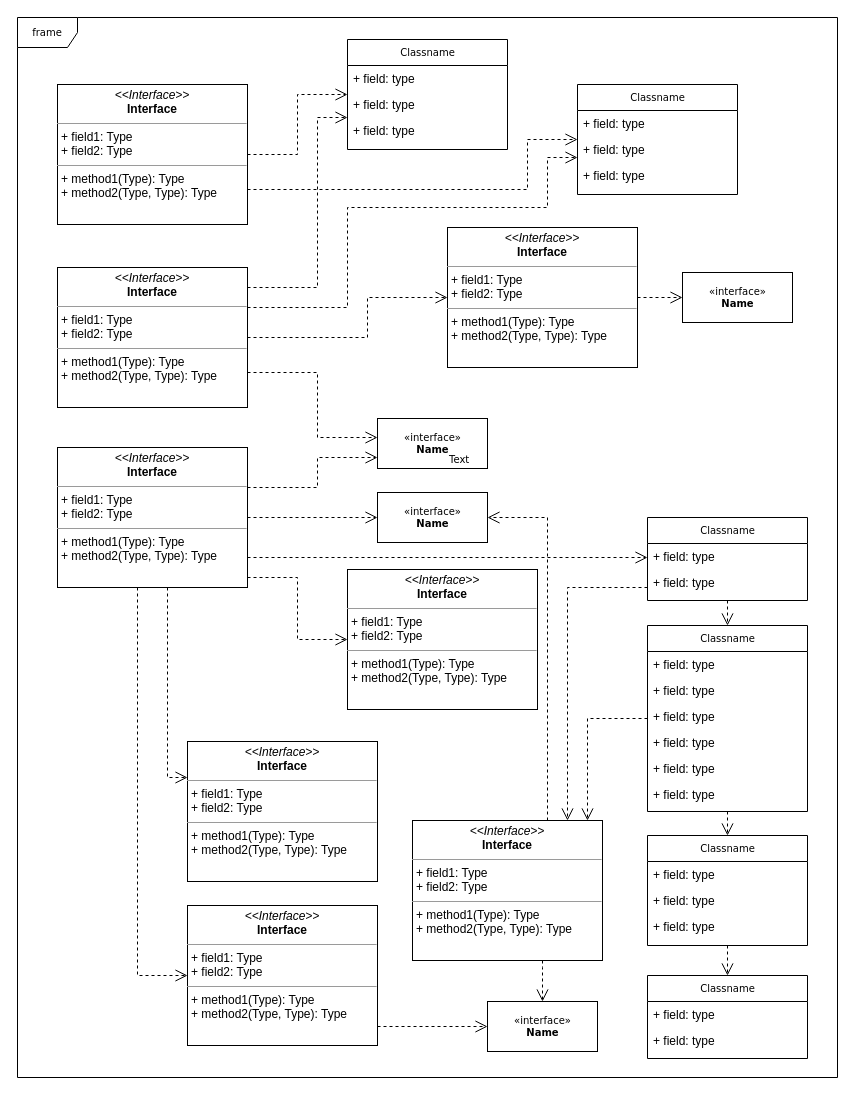
Earlier version of the draw.io diagram Untitled Diagram.drawio (lorenzo381/ATdIT-Gruppe_3). Source tidied: cells renumbered, new cells numbered last; positions are measured from the earlier drawing's top-left corner, leaving out a move shared by most shapes. Both pictures are drawn from the tidied source at 100%, with x=0, y=0 at pixel (17, 17).
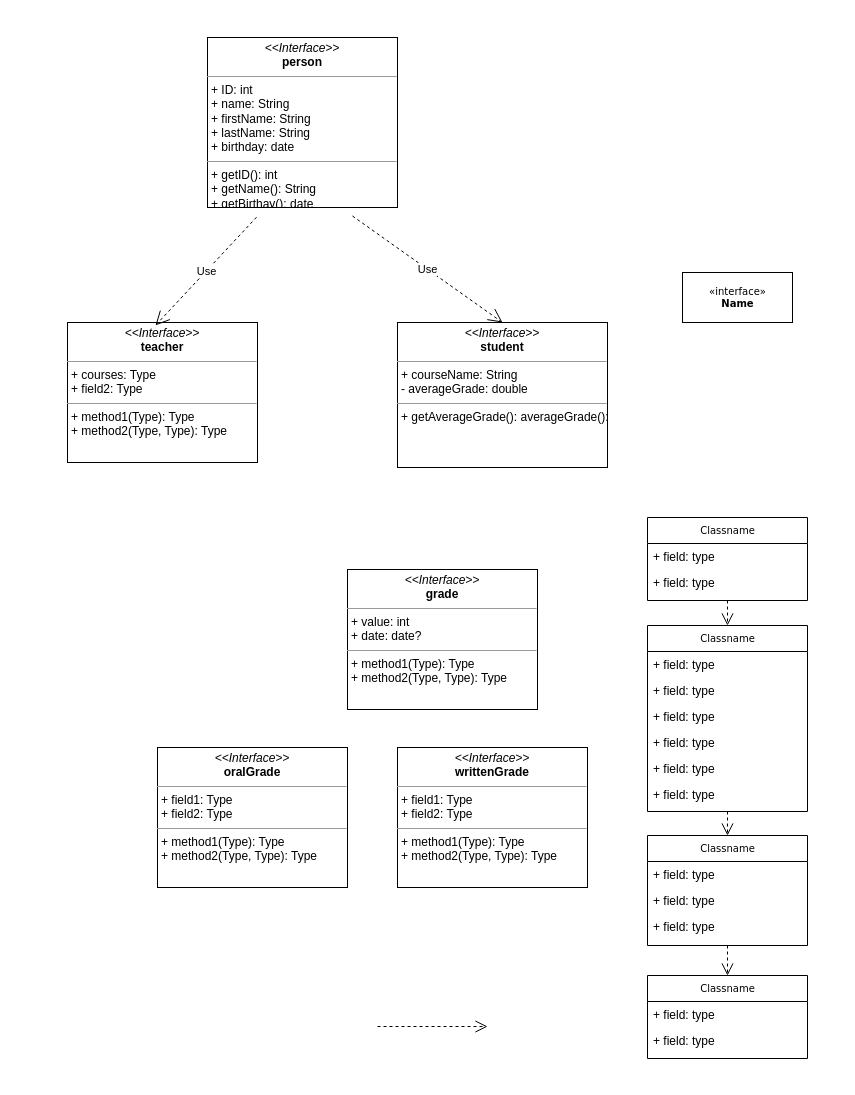
Above is the later version.

The change refers to these unchanged cells:
```xml
<mxCell id="5" value="Classname" style="swimlane;html=1;fontStyle=0;horizontal=1;startSize=26;fillColor=none;swimlaneFillColor=#ffffff;rounded=0;shadow=0;comic=0;labelBackgroundColor=none;strokeWidth=1;fontFamily=Verdana;fontSize=10;align=center;" parent="1" vertex="1">
  <mxGeometry x="630" y="608" width="160" height="186" as="geometry" />
</mxCell>
<mxCell id="29" value="Classname" style="swimlane;html=1;fontStyle=0;horizontal=1;startSize=26;fillColor=none;swimlaneFillColor=#ffffff;rounded=0;shadow=0;comic=0;labelBackgroundColor=none;strokeWidth=1;fontFamily=Verdana;fontSize=10;align=center;" parent="1" vertex="1">
  <mxGeometry x="630" y="500" width="160" height="83" as="geometry" />
</mxCell>
<mxCell id="45" value="&amp;laquo;interface&amp;raquo;&lt;br&gt;&lt;b&gt;Name&lt;/b&gt;" style="html=1;rounded=0;shadow=0;comic=0;labelBackgroundColor=none;strokeWidth=1;fontFamily=Verdana;fontSize=10;align=center;" parent="1" vertex="1">
  <mxGeometry x="665" y="255" width="110" height="50" as="geometry" />
</mxCell>
```

The edit, as a diff of the source:
```diff
@@
-    <mxCell id="2" value="frame" style="shape=umlFrame;whiteSpace=wrap;html=1;rounded=0;shadow=0;comic=0;labelBackgroundColor=none;strokeWidth=1;fontFamily=Verdana;fontSize=10;align=center;" parent="1" vertex="1">
-      <mxGeometry width="820" height="1060" as="geometry" />
-    </mxCell>
-    <mxCell id="3" style="edgeStyle=orthogonalEdgeStyle;rounded=0;html=1;dashed=1;labelBackgroundColor=none;startFill=0;endArrow=open;endFill=0;endSize=10;fontFamily=Verdana;fontSize=10;" parent="1" edge="1" source="5" target="35">
-      <mxGeometry relative="1" as="geometry">
-        <Array as="points">
-          <mxPoint x="570" y="701" />
-        </Array>
-      </mxGeometry>
-    </mxCell>
@@
-    <mxCell id="12" value="Classname" style="swimlane;html=1;fontStyle=0;horizontal=1;startSize=26;fillColor=none;swimlaneFillColor=#ffffff;rounded=0;shadow=0;comic=0;labelBackgroundColor=none;strokeWidth=1;fontFamily=Verdana;fontSize=10;align=center;" parent="1" vertex="1">
-      <mxGeometry x="330" y="22" width="160" height="110" as="geometry" />
-    </mxCell>
-    <mxCell id="13" value="+ field: type" style="text;html=1;strokeColor=none;fillColor=none;align=left;verticalAlign=top;spacingLeft=4;spacingRight=4;whiteSpace=wrap;overflow=hidden;" parent="12" vertex="1">
-      <mxGeometry y="26" width="160" height="26" as="geometry" />
-    </mxCell>
-    <mxCell id="14" value="+ field: type" style="text;html=1;strokeColor=none;fillColor=none;align=left;verticalAlign=top;spacingLeft=4;spacingRight=4;whiteSpace=wrap;overflow=hidden;" parent="12" vertex="1">
-      <mxGeometry y="52" width="160" height="26" as="geometry" />
-    </mxCell>
-    <mxCell id="15" value="+ field: type" style="text;html=1;strokeColor=none;fillColor=none;align=left;verticalAlign=top;spacingLeft=4;spacingRight=4;whiteSpace=wrap;overflow=hidden;" parent="12" vertex="1">
-      <mxGeometry y="78" width="160" height="26" as="geometry" />
-    </mxCell>
-    <mxCell id="16" value="Classname" style="swimlane;html=1;fontStyle=0;horizontal=1;startSize=26;fillColor=none;swimlaneFillColor=#ffffff;rounded=0;shadow=0;comic=0;labelBackgroundColor=none;strokeWidth=1;fontFamily=Verdana;fontSize=10;align=center;" parent="1" vertex="1">
-      <mxGeometry x="560" y="67" width="160" height="110" as="geometry" />
-    </mxCell>
-    <mxCell id="17" value="+ field: type" style="text;html=1;strokeColor=none;fillColor=none;align=left;verticalAlign=top;spacingLeft=4;spacingRight=4;whiteSpace=wrap;overflow=hidden;" parent="16" vertex="1">
-      <mxGeometry y="26" width="160" height="26" as="geometry" />
-    </mxCell>
-    <mxCell id="18" value="+ field: type" style="text;html=1;strokeColor=none;fillColor=none;align=left;verticalAlign=top;spacingLeft=4;spacingRight=4;whiteSpace=wrap;overflow=hidden;" parent="16" vertex="1">
-      <mxGeometry y="52" width="160" height="26" as="geometry" />
-    </mxCell>
-    <mxCell id="19" value="+ field: type" style="text;html=1;strokeColor=none;fillColor=none;align=left;verticalAlign=top;spacingLeft=4;spacingRight=4;whiteSpace=wrap;overflow=hidden;" parent="16" vertex="1">
-      <mxGeometry y="78" width="160" height="26" as="geometry" />
-    </mxCell>
@@
-    <mxCell id="32" value="&amp;laquo;interface&amp;raquo;&lt;br&gt;&lt;b&gt;Name&lt;/b&gt;" style="html=1;rounded=0;shadow=0;comic=0;labelBackgroundColor=none;strokeWidth=1;fontFamily=Verdana;fontSize=10;align=center;" parent="1" vertex="1">
-      <mxGeometry x="470" y="984" width="110" height="50" as="geometry" />
-    </mxCell>
-    <mxCell id="33" style="edgeStyle=orthogonalEdgeStyle;rounded=0;html=1;dashed=1;labelBackgroundColor=none;startFill=0;endArrow=open;endFill=0;endSize=10;fontFamily=Verdana;fontSize=10;" parent="1" edge="1" source="35" target="32">
-      <mxGeometry relative="1" as="geometry">
-        <Array as="points">
-          <mxPoint x="525" y="950" />
-          <mxPoint x="525" y="950" />
-        </Array>
-      </mxGeometry>
-    </mxCell>
-    <mxCell id="34" style="edgeStyle=orthogonalEdgeStyle;rounded=0;html=1;dashed=1;labelBackgroundColor=none;startFill=0;endArrow=open;endFill=0;endSize=10;fontFamily=Verdana;fontSize=10;" parent="1" edge="1" source="35" target="40">
-      <mxGeometry relative="1" as="geometry">
-        <Array as="points">
-          <mxPoint x="530" y="500" />
-        </Array>
-      </mxGeometry>
-    </mxCell>
-    <mxCell id="35" value="&lt;p style=&quot;margin:0px;margin-top:4px;text-align:center;&quot;&gt;&lt;i&gt;&amp;lt;&amp;lt;Interface&amp;gt;&amp;gt;&lt;/i&gt;&lt;br/&gt;&lt;b&gt;Interface&lt;/b&gt;&lt;/p&gt;&lt;hr size=&quot;1&quot;/&gt;&lt;p style=&quot;margin:0px;margin-left:4px;&quot;&gt;+ field1: Type&lt;br/&gt;+ field2: Type&lt;/p&gt;&lt;hr size=&quot;1&quot;/&gt;&lt;p style=&quot;margin:0px;margin-left:4px;&quot;&gt;+ method1(Type): Type&lt;br/&gt;+ method2(Type, Type): Type&lt;/p&gt;" style="verticalAlign=top;align=left;overflow=fill;fontSize=12;fontFamily=Helvetica;html=1;rounded=0;shadow=0;comic=0;labelBackgroundColor=none;strokeWidth=1;" parent="1" vertex="1">
-      <mxGeometry x="395" y="803" width="190" height="140" as="geometry" />
+    <mxCell id="35" value="&lt;p style=&quot;margin: 0px ; margin-top: 4px ; text-align: center&quot;&gt;&lt;i&gt;&amp;lt;&amp;lt;Interface&amp;gt;&amp;gt;&lt;/i&gt;&lt;br&gt;&lt;b&gt;writtenGrade&lt;/b&gt;&lt;/p&gt;&lt;hr size=&quot;1&quot;&gt;&lt;p style=&quot;margin: 0px ; margin-left: 4px&quot;&gt;+ field1: Type&lt;br&gt;+ field2: Type&lt;/p&gt;&lt;hr size=&quot;1&quot;&gt;&lt;p style=&quot;margin: 0px ; margin-left: 4px&quot;&gt;+ method1(Type): Type&lt;br&gt;+ method2(Type, Type): Type&lt;/p&gt;" style="verticalAlign=top;align=left;overflow=fill;fontSize=12;fontFamily=Helvetica;html=1;rounded=0;shadow=0;comic=0;labelBackgroundColor=none;strokeWidth=1;" parent="1" vertex="1">
+      <mxGeometry x="380" y="730" width="190" height="140" as="geometry" />
     </mxCell>
-    <mxCell id="36" value="&lt;p style=&quot;margin:0px;margin-top:4px;text-align:center;&quot;&gt;&lt;i&gt;&amp;lt;&amp;lt;Interface&amp;gt;&amp;gt;&lt;/i&gt;&lt;br/&gt;&lt;b&gt;Interface&lt;/b&gt;&lt;/p&gt;&lt;hr size=&quot;1&quot;/&gt;&lt;p style=&quot;margin:0px;margin-left:4px;&quot;&gt;+ field1: Type&lt;br/&gt;+ field2: Type&lt;/p&gt;&lt;hr size=&quot;1&quot;/&gt;&lt;p style=&quot;margin:0px;margin-left:4px;&quot;&gt;+ method1(Type): Type&lt;br/&gt;+ method2(Type, Type): Type&lt;/p&gt;" style="verticalAlign=top;align=left;overflow=fill;fontSize=12;fontFamily=Helvetica;html=1;rounded=0;shadow=0;comic=0;labelBackgroundColor=none;strokeWidth=1;" parent="1" vertex="1">
+    <mxCell id="36" value="&lt;p style=&quot;margin: 0px ; margin-top: 4px ; text-align: center&quot;&gt;&lt;i&gt;&amp;lt;&amp;lt;Interface&amp;gt;&amp;gt;&lt;/i&gt;&lt;br&gt;&lt;b&gt;grade&lt;/b&gt;&lt;/p&gt;&lt;hr size=&quot;1&quot;&gt;&lt;p style=&quot;margin: 0px ; margin-left: 4px&quot;&gt;+ value: int&lt;br&gt;+ date: date?&lt;/p&gt;&lt;hr size=&quot;1&quot;&gt;&lt;p style=&quot;margin: 0px ; margin-left: 4px&quot;&gt;+ method1(Type): Type&lt;br&gt;+ method2(Type, Type): Type&lt;/p&gt;" style="verticalAlign=top;align=left;overflow=fill;fontSize=12;fontFamily=Helvetica;html=1;rounded=0;shadow=0;comic=0;labelBackgroundColor=none;strokeWidth=1;" parent="1" vertex="1">
       <mxGeometry x="330" y="552" width="190" height="140" as="geometry" />
     </mxCell>
-    <mxCell id="37" style="edgeStyle=orthogonalEdgeStyle;rounded=0;html=1;dashed=1;labelBackgroundColor=none;startFill=0;endArrow=open;endFill=0;endSize=10;fontFamily=Verdana;fontSize=10;" parent="1" edge="1" source="38" target="32">
+    <mxCell id="37" style="edgeStyle=orthogonalEdgeStyle;rounded=0;html=1;dashed=1;labelBackgroundColor=none;startFill=0;endArrow=open;endFill=0;endSize=10;fontFamily=Verdana;fontSize=10;" parent="1" edge="1">
       <mxGeometry relative="1" as="geometry">
+        <mxPoint x="360" y="1009" as="sourcePoint" />
+        <mxPoint x="470" y="1009" as="targetPoint" />
         <Array as="points">
           <mxPoint x="390" y="1009" />
           <mxPoint x="390" y="1009" />
         </Array>
       </mxGeometry>
     </mxCell>
-    <mxCell id="38" value="&lt;p style=&quot;margin:0px;margin-top:4px;text-align:center;&quot;&gt;&lt;i&gt;&amp;lt;&amp;lt;Interface&amp;gt;&amp;gt;&lt;/i&gt;&lt;br/&gt;&lt;b&gt;Interface&lt;/b&gt;&lt;/p&gt;&lt;hr size=&quot;1&quot;/&gt;&lt;p style=&quot;margin:0px;margin-left:4px;&quot;&gt;+ field1: Type&lt;br/&gt;+ field2: Type&lt;/p&gt;&lt;hr size=&quot;1&quot;/&gt;&lt;p style=&quot;margin:0px;margin-left:4px;&quot;&gt;+ method1(Type): Type&lt;br/&gt;+ method2(Type, Type): Type&lt;/p&gt;" style="verticalAlign=top;align=left;overflow=fill;fontSize=12;fontFamily=Helvetica;html=1;rounded=0;shadow=0;comic=0;labelBackgroundColor=none;strokeWidth=1;" parent="1" vertex="1">
-      <mxGeometry x="170" y="888" width="190" height="140" as="geometry" />
-    </mxCell>
-    <mxCell id="39" value="&lt;p style=&quot;margin:0px;margin-top:4px;text-align:center;&quot;&gt;&lt;i&gt;&amp;lt;&amp;lt;Interface&amp;gt;&amp;gt;&lt;/i&gt;&lt;br/&gt;&lt;b&gt;Interface&lt;/b&gt;&lt;/p&gt;&lt;hr size=&quot;1&quot;/&gt;&lt;p style=&quot;margin:0px;margin-left:4px;&quot;&gt;+ field1: Type&lt;br/&gt;+ field2: Type&lt;/p&gt;&lt;hr size=&quot;1&quot;/&gt;&lt;p style=&quot;margin:0px;margin-left:4px;&quot;&gt;+ method1(Type): Type&lt;br/&gt;+ method2(Type, Type): Type&lt;/p&gt;" style="verticalAlign=top;align=left;overflow=fill;fontSize=12;fontFamily=Helvetica;html=1;rounded=0;shadow=0;comic=0;labelBackgroundColor=none;strokeWidth=1;" parent="1" vertex="1">
-      <mxGeometry x="170" y="724" width="190" height="140" as="geometry" />
-    </mxCell>
-    <mxCell id="40" value="&amp;laquo;interface&amp;raquo;&lt;br&gt;&lt;b&gt;Name&lt;/b&gt;" style="html=1;rounded=0;shadow=0;comic=0;labelBackgroundColor=none;strokeWidth=1;fontFamily=Verdana;fontSize=10;align=center;" parent="1" vertex="1">
-      <mxGeometry x="360" y="475" width="110" height="50" as="geometry" />
-    </mxCell>
-    <mxCell id="41" value="&amp;laquo;interface&amp;raquo;&lt;br&gt;&lt;b&gt;Name&lt;/b&gt;" style="html=1;rounded=0;shadow=0;comic=0;labelBackgroundColor=none;strokeWidth=1;fontFamily=Verdana;fontSize=10;align=center;" parent="1" vertex="1">
-      <mxGeometry x="360" y="401" width="110" height="50" as="geometry" />
-    </mxCell>
-    <mxCell id="42" style="edgeStyle=orthogonalEdgeStyle;rounded=0;html=1;dashed=1;labelBackgroundColor=none;startFill=0;endArrow=open;endFill=0;endSize=10;fontFamily=Verdana;fontSize=10;" parent="1" edge="1" source="43" target="45">
-      <mxGeometry relative="1" as="geometry" />
-    </mxCell>
-    <mxCell id="43" value="&lt;p style=&quot;margin:0px;margin-top:4px;text-align:center;&quot;&gt;&lt;i&gt;&amp;lt;&amp;lt;Interface&amp;gt;&amp;gt;&lt;/i&gt;&lt;br/&gt;&lt;b&gt;Interface&lt;/b&gt;&lt;/p&gt;&lt;hr size=&quot;1&quot;/&gt;&lt;p style=&quot;margin:0px;margin-left:4px;&quot;&gt;+ field1: Type&lt;br/&gt;+ field2: Type&lt;/p&gt;&lt;hr size=&quot;1&quot;/&gt;&lt;p style=&quot;margin:0px;margin-left:4px;&quot;&gt;+ method1(Type): Type&lt;br/&gt;+ method2(Type, Type): Type&lt;/p&gt;" style="verticalAlign=top;align=left;overflow=fill;fontSize=12;fontFamily=Helvetica;html=1;rounded=0;shadow=0;comic=0;labelBackgroundColor=none;strokeWidth=1;" parent="1" vertex="1">
-      <mxGeometry x="430" y="210" width="190" height="140" as="geometry" />
+    <mxCell id="43" value="&lt;p style=&quot;margin: 0px ; margin-top: 4px ; text-align: center&quot;&gt;&lt;i&gt;&amp;lt;&amp;lt;Interface&amp;gt;&amp;gt;&lt;/i&gt;&lt;br&gt;&lt;b&gt;person&lt;/b&gt;&lt;/p&gt;&lt;hr size=&quot;1&quot;&gt;&lt;p style=&quot;margin: 0px ; margin-left: 4px&quot;&gt;+ ID: int&lt;br&gt;+ name: String&lt;/p&gt;&lt;p style=&quot;margin: 0px ; margin-left: 4px&quot;&gt;+ firstName: String&lt;/p&gt;&lt;p style=&quot;margin: 0px ; margin-left: 4px&quot;&gt;+ lastName: String&lt;br&gt;&lt;/p&gt;&lt;p style=&quot;margin: 0px ; margin-left: 4px&quot;&gt;+ birthday: date&lt;/p&gt;&lt;hr size=&quot;1&quot;&gt;&lt;p style=&quot;margin: 0px ; margin-left: 4px&quot;&gt;+ getID(): int&lt;br&gt;+ getName(): String&lt;/p&gt;&lt;p style=&quot;margin: 0px ; margin-left: 4px&quot;&gt;+ getBirthay(): date&lt;/p&gt;" style="verticalAlign=top;align=left;overflow=fill;fontSize=12;fontFamily=Helvetica;html=1;rounded=0;shadow=0;comic=0;labelBackgroundColor=none;strokeWidth=1;" parent="1" vertex="1">
+      <mxGeometry x="190" y="20" width="190" height="170" as="geometry" />
     </mxCell>
-    <mxCell id="44" value="Text" style="text;html=1;align=left;verticalAlign=top;spacingTop=-4;fontSize=10;fontFamily=Verdana;fontColor=#000000;" parent="1" vertex="1">
-      <mxGeometry x="430" y="434" width="40" height="10" as="geometry" />
-    </mxCell>
@@
-    <mxCell id="46" style="edgeStyle=orthogonalEdgeStyle;rounded=0;html=1;labelBackgroundColor=none;startFill=0;endArrow=open;endFill=0;endSize=10;fontFamily=Verdana;fontSize=10;dashed=1;" parent="1" edge="1" source="48" target="12">
-      <mxGeometry relative="1" as="geometry" />
-    </mxCell>
-    <mxCell id="47" style="edgeStyle=orthogonalEdgeStyle;rounded=0;html=1;exitX=1;exitY=0.75;dashed=1;labelBackgroundColor=none;startFill=0;endArrow=open;endFill=0;endSize=10;fontFamily=Verdana;fontSize=10;" parent="1" edge="1" source="48" target="16">
-      <mxGeometry relative="1" as="geometry">
-        <Array as="points">
-          <mxPoint x="510" y="172" />
-          <mxPoint x="510" y="122" />
-        </Array>
-      </mxGeometry>
-    </mxCell>
-    <mxCell id="48" value="&lt;p style=&quot;margin:0px;margin-top:4px;text-align:center;&quot;&gt;&lt;i&gt;&amp;lt;&amp;lt;Interface&amp;gt;&amp;gt;&lt;/i&gt;&lt;br/&gt;&lt;b&gt;Interface&lt;/b&gt;&lt;/p&gt;&lt;hr size=&quot;1&quot;/&gt;&lt;p style=&quot;margin:0px;margin-left:4px;&quot;&gt;+ field1: Type&lt;br/&gt;+ field2: Type&lt;/p&gt;&lt;hr size=&quot;1&quot;/&gt;&lt;p style=&quot;margin:0px;margin-left:4px;&quot;&gt;+ method1(Type): Type&lt;br/&gt;+ method2(Type, Type): Type&lt;/p&gt;" style="verticalAlign=top;align=left;overflow=fill;fontSize=12;fontFamily=Helvetica;html=1;rounded=0;shadow=0;comic=0;labelBackgroundColor=none;strokeWidth=1;" parent="1" vertex="1">
-      <mxGeometry x="40" y="67" width="190" height="140" as="geometry" />
-    </mxCell>
-    <mxCell id="49" style="edgeStyle=orthogonalEdgeStyle;rounded=0;html=1;dashed=1;labelBackgroundColor=none;startFill=0;endArrow=open;endFill=0;endSize=10;fontFamily=Verdana;fontSize=10;" parent="1" edge="1" source="53" target="12">
-      <mxGeometry relative="1" as="geometry">
-        <Array as="points">
-          <mxPoint x="300" y="270" />
-          <mxPoint x="300" y="100" />
-        </Array>
-      </mxGeometry>
-    </mxCell>
-    <mxCell id="50" style="edgeStyle=orthogonalEdgeStyle;rounded=0;html=1;dashed=1;labelBackgroundColor=none;startFill=0;endArrow=open;endFill=0;endSize=10;fontFamily=Verdana;fontSize=10;" parent="1" edge="1" source="53" target="16">
-      <mxGeometry relative="1" as="geometry">
-        <Array as="points">
-          <mxPoint x="330" y="290" />
-          <mxPoint x="330" y="190" />
-          <mxPoint x="530" y="190" />
-          <mxPoint x="530" y="140" />
-        </Array>
-      </mxGeometry>
-    </mxCell>
-    <mxCell id="51" style="edgeStyle=orthogonalEdgeStyle;rounded=0;html=1;dashed=1;labelBackgroundColor=none;startFill=0;endArrow=open;endFill=0;endSize=10;fontFamily=Verdana;fontSize=10;" parent="1" edge="1" source="53" target="43">
-      <mxGeometry relative="1" as="geometry">
-        <Array as="points">
-          <mxPoint x="350" y="320" />
-          <mxPoint x="350" y="280" />
-        </Array>
-      </mxGeometry>
-    </mxCell>
-    <mxCell id="52" style="edgeStyle=orthogonalEdgeStyle;rounded=0;html=1;exitX=1;exitY=0.75;dashed=1;labelBackgroundColor=none;startFill=0;endArrow=open;endFill=0;endSize=10;fontFamily=Verdana;fontSize=10;" parent="1" edge="1" source="53" target="41">
-      <mxGeometry relative="1" as="geometry">
-        <Array as="points">
-          <mxPoint x="300" y="355" />
-          <mxPoint x="300" y="420" />
-        </Array>
-      </mxGeometry>
-    </mxCell>
-    <mxCell id="53" value="&lt;p style=&quot;margin:0px;margin-top:4px;text-align:center;&quot;&gt;&lt;i&gt;&amp;lt;&amp;lt;Interface&amp;gt;&amp;gt;&lt;/i&gt;&lt;br/&gt;&lt;b&gt;Interface&lt;/b&gt;&lt;/p&gt;&lt;hr size=&quot;1&quot;/&gt;&lt;p style=&quot;margin:0px;margin-left:4px;&quot;&gt;+ field1: Type&lt;br/&gt;+ field2: Type&lt;/p&gt;&lt;hr size=&quot;1&quot;/&gt;&lt;p style=&quot;margin:0px;margin-left:4px;&quot;&gt;+ method1(Type): Type&lt;br/&gt;+ method2(Type, Type): Type&lt;/p&gt;" style="verticalAlign=top;align=left;overflow=fill;fontSize=12;fontFamily=Helvetica;html=1;rounded=0;shadow=0;comic=0;labelBackgroundColor=none;strokeWidth=1;" parent="1" vertex="1">
-      <mxGeometry x="40" y="250" width="190" height="140" as="geometry" />
+    <mxCell id="53" value="&lt;p style=&quot;margin: 0px ; margin-top: 4px ; text-align: center&quot;&gt;&lt;i&gt;&amp;lt;&amp;lt;Interface&amp;gt;&amp;gt;&lt;/i&gt;&lt;br&gt;&lt;b&gt;teacher&lt;/b&gt;&lt;/p&gt;&lt;hr size=&quot;1&quot;&gt;&lt;p style=&quot;margin: 0px ; margin-left: 4px&quot;&gt;+ courses: Type&lt;br&gt;+ field2: Type&lt;/p&gt;&lt;hr size=&quot;1&quot;&gt;&lt;p style=&quot;margin: 0px ; margin-left: 4px&quot;&gt;+ method1(Type): Type&lt;br&gt;+ method2(Type, Type): Type&lt;/p&gt;" style="verticalAlign=top;align=left;overflow=fill;fontSize=12;fontFamily=Helvetica;html=1;rounded=0;shadow=0;comic=0;labelBackgroundColor=none;strokeWidth=1;" parent="1" vertex="1">
+      <mxGeometry x="50" y="305" width="190" height="140" as="geometry" />
     </mxCell>
-    <mxCell id="54" style="edgeStyle=orthogonalEdgeStyle;rounded=0;html=1;dashed=1;labelBackgroundColor=none;startFill=0;endArrow=open;endFill=0;endSize=10;fontFamily=Verdana;fontSize=10;" parent="1" edge="1" source="60" target="41">
-      <mxGeometry relative="1" as="geometry">
-        <Array as="points">
-          <mxPoint x="300" y="470" />
-          <mxPoint x="300" y="440" />
-        </Array>
-      </mxGeometry>
-    </mxCell>
-    <mxCell id="55" style="edgeStyle=orthogonalEdgeStyle;rounded=0;html=1;dashed=1;labelBackgroundColor=none;startFill=0;endArrow=open;endFill=0;endSize=10;fontFamily=Verdana;fontSize=10;" parent="1" edge="1" source="60" target="40">
-      <mxGeometry relative="1" as="geometry" />
-    </mxCell>
-    <mxCell id="56" style="edgeStyle=orthogonalEdgeStyle;rounded=0;html=1;dashed=1;labelBackgroundColor=none;startFill=0;endArrow=open;endFill=0;endSize=10;fontFamily=Verdana;fontSize=10;" parent="1" edge="1" source="60" target="36">
-      <mxGeometry relative="1" as="geometry">
-        <Array as="points">
-          <mxPoint x="280" y="560" />
-          <mxPoint x="280" y="622" />
-        </Array>
-      </mxGeometry>
-    </mxCell>
-    <mxCell id="57" style="edgeStyle=orthogonalEdgeStyle;rounded=0;html=1;dashed=1;labelBackgroundColor=none;startFill=0;endArrow=open;endFill=0;endSize=10;fontFamily=Verdana;fontSize=10;" parent="1" edge="1" source="60" target="29">
-      <mxGeometry relative="1" as="geometry">
-        <Array as="points">
-          <mxPoint x="330" y="540" />
-          <mxPoint x="330" y="540" />
-        </Array>
-      </mxGeometry>
-    </mxCell>
-    <mxCell id="58" style="edgeStyle=orthogonalEdgeStyle;rounded=0;html=1;dashed=1;labelBackgroundColor=none;startFill=0;endArrow=open;endFill=0;endSize=10;fontFamily=Verdana;fontSize=10;" parent="1" edge="1" source="60" target="39">
-      <mxGeometry relative="1" as="geometry">
-        <Array as="points">
-          <mxPoint x="150" y="760" />
-        </Array>
-      </mxGeometry>
-    </mxCell>
-    <mxCell id="59" style="edgeStyle=orthogonalEdgeStyle;rounded=0;html=1;dashed=1;labelBackgroundColor=none;startFill=0;endArrow=open;endFill=0;endSize=10;fontFamily=Verdana;fontSize=10;" parent="1" edge="1" source="60" target="38">
-      <mxGeometry relative="1" as="geometry">
-        <Array as="points">
-          <mxPoint x="120" y="958" />
-        </Array>
-      </mxGeometry>
-    </mxCell>
-    <mxCell id="60" value="&lt;p style=&quot;margin:0px;margin-top:4px;text-align:center;&quot;&gt;&lt;i&gt;&amp;lt;&amp;lt;Interface&amp;gt;&amp;gt;&lt;/i&gt;&lt;br/&gt;&lt;b&gt;Interface&lt;/b&gt;&lt;/p&gt;&lt;hr size=&quot;1&quot;/&gt;&lt;p style=&quot;margin:0px;margin-left:4px;&quot;&gt;+ field1: Type&lt;br/&gt;+ field2: Type&lt;/p&gt;&lt;hr size=&quot;1&quot;/&gt;&lt;p style=&quot;margin:0px;margin-left:4px;&quot;&gt;+ method1(Type): Type&lt;br/&gt;+ method2(Type, Type): Type&lt;/p&gt;" style="verticalAlign=top;align=left;overflow=fill;fontSize=12;fontFamily=Helvetica;html=1;rounded=0;shadow=0;comic=0;labelBackgroundColor=none;strokeWidth=1;" parent="1" vertex="1">
-      <mxGeometry x="40" y="430" width="190" height="140" as="geometry" />
+    <mxCell id="60" value="&lt;p style=&quot;margin: 0px ; margin-top: 4px ; text-align: center&quot;&gt;&lt;i&gt;&amp;lt;&amp;lt;Interface&amp;gt;&amp;gt;&lt;/i&gt;&lt;br&gt;&lt;b&gt;student&lt;/b&gt;&lt;/p&gt;&lt;hr size=&quot;1&quot;&gt;&lt;p style=&quot;margin: 0px ; margin-left: 4px&quot;&gt;+ courseName: String&lt;br&gt;&lt;/p&gt;&lt;p style=&quot;margin: 0px ; margin-left: 4px&quot;&gt;- averageGrade: double&lt;/p&gt;&lt;hr size=&quot;1&quot;&gt;&lt;p style=&quot;margin: 0px ; margin-left: 4px&quot;&gt;+ getAverageGrade(): averageGrade&lt;span&gt;():&lt;/span&gt;&lt;br&gt;&lt;/p&gt;" style="verticalAlign=top;align=left;overflow=fill;fontSize=12;fontFamily=Helvetica;html=1;rounded=0;shadow=0;comic=0;labelBackgroundColor=none;strokeWidth=1;" parent="1" vertex="1">
+      <mxGeometry x="380" y="305" width="210" height="145" as="geometry" />
     </mxCell>
-    <mxCell id="61" style="edgeStyle=orthogonalEdgeStyle;rounded=0;html=1;dashed=1;labelBackgroundColor=none;startFill=0;endArrow=open;endFill=0;endSize=10;fontFamily=Verdana;fontSize=10;" parent="1" edge="1" source="29" target="35">
-      <mxGeometry relative="1" as="geometry">
-        <Array as="points">
-          <mxPoint x="550" y="570" />
-        </Array>
-      </mxGeometry>
-    </mxCell>
+    <mxCell id="62" value="Use" style="endArrow=open;endSize=12;dashed=1;html=1;exitX=0.763;exitY=1.05;exitDx=0;exitDy=0;exitPerimeter=0;entryX=0.5;entryY=0;entryDx=0;entryDy=0;" parent="1" edge="1" source="43" target="60">
+      <mxGeometry relative="1" as="geometry" />
+    </mxCell>
+    <mxCell id="63" value="Use" style="endArrow=open;endSize=12;dashed=1;html=1;exitX=0.258;exitY=1.057;exitDx=0;exitDy=0;exitPerimeter=0;entryX=0.463;entryY=0.021;entryDx=0;entryDy=0;entryPerimeter=0;" parent="1" edge="1" source="43" target="53">
+      <mxGeometry relative="1" as="geometry" />
+    </mxCell>
+    <mxCell id="64" value="&lt;p style=&quot;margin: 0px ; margin-top: 4px ; text-align: center&quot;&gt;&lt;i&gt;&amp;lt;&amp;lt;Interface&amp;gt;&amp;gt;&lt;/i&gt;&lt;br&gt;&lt;b&gt;oralGrade&lt;/b&gt;&lt;/p&gt;&lt;hr size=&quot;1&quot;&gt;&lt;p style=&quot;margin: 0px ; margin-left: 4px&quot;&gt;+ field1: Type&lt;br&gt;+ field2: Type&lt;/p&gt;&lt;hr size=&quot;1&quot;&gt;&lt;p style=&quot;margin: 0px ; margin-left: 4px&quot;&gt;+ method1(Type): Type&lt;br&gt;+ method2(Type, Type): Type&lt;/p&gt;" style="verticalAlign=top;align=left;overflow=fill;fontSize=12;fontFamily=Helvetica;html=1;rounded=0;shadow=0;comic=0;labelBackgroundColor=none;strokeWidth=1;" parent="1" vertex="1">
+      <mxGeometry x="140" y="730" width="190" height="140" as="geometry" />
+    </mxCell>
```
